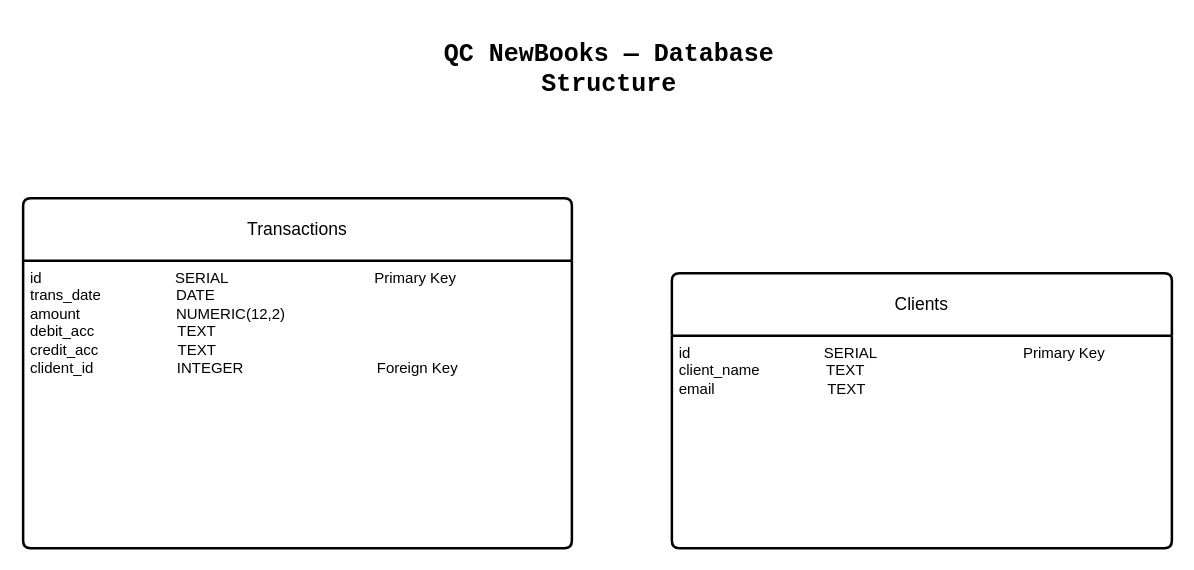
Above: page "Part B - ERD" (2 of 2) of QC_NewBooks_Diagrams.drawio in talyasharoni51-a11y/diagram-qc-new-books (draw.io), before the change. Source tidied: cells renumbered, new cells numbered last; positions are measured from the earlier drawing's top-left corner, leaving out a move shared by most shapes. Both pictures are drawn from the tidied source at 125%, with x=0, y=0 at pixel (22, 22).
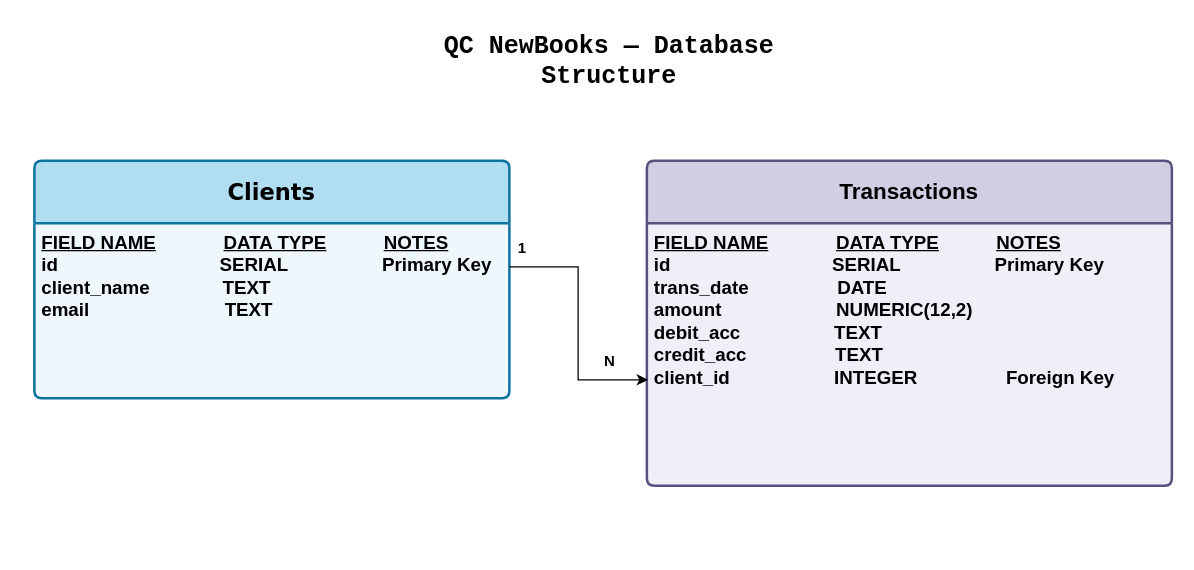
After the change.

Change to the diagram source:
```diff
@@
 <mxGraphModel>
   <root>
     <mxCell id="0" />
     <mxCell id="1" parent="0" />
-    <mxCell id="2" value="&lt;br&gt;&lt;span style=&quot;color: rgb(0, 0, 0); font-family: &amp;quot;Share Tech Mono&amp;quot;, monospace; font-size: 20px; font-style: normal; font-variant-ligatures: normal; font-variant-caps: normal; font-weight: 700; letter-spacing: normal; orphans: 2; text-align: start; text-indent: 0px; text-transform: none; widows: 2; word-spacing: 0px; -webkit-text-stroke-width: 0px; white-space: normal; background-color: rgb(255, 255, 255); text-decoration-thickness: initial; text-decoration-style: initial; text-decoration-color: initial; float: none; display: inline !important;&quot;&gt;QC NewBooks — Database Structure&lt;/span&gt;" style="text;html=1;whiteSpace=wrap;strokeColor=none;fillColor=none;align=center;verticalAlign=middle;rounded=0;" parent="1" vertex="1">
+    <mxCell id="2" value="&lt;b&gt;&lt;span style=&quot;color: rgb(0, 0, 0); font-family: &amp;quot;Share Tech Mono&amp;quot;, monospace; font-size: 20px; font-style: normal; font-variant-ligatures: normal; font-variant-caps: normal; letter-spacing: normal; orphans: 2; text-align: start; text-indent: 0px; text-transform: none; widows: 2; word-spacing: 0px; -webkit-text-stroke-width: 0px; white-space: normal; background-color: rgb(255, 255, 255); text-decoration-thickness: initial; text-decoration-style: initial; text-decoration-color: initial; float: none; display: inline !important;&quot;&gt;QC NewBooks — Database Structure&lt;/span&gt;&lt;/b&gt;" style="text;html=1;whiteSpace=wrap;strokeColor=none;fillColor=none;align=center;verticalAlign=middle;rounded=0;" parent="1" vertex="1">
       <mxGeometry x="284" width="370" height="60" as="geometry" />
     </mxCell>
-    <mxCell id="3" value="Transactions" style="swimlane;horizontal=1;startSize=50;rounded=1;fontSize=14;fontStyle=0;strokeWidth=2;shadow=0;dashed=0;align=center;arcSize=4;whiteSpace=wrap;html=1;" parent="1" vertex="1">
-      <mxGeometry y="140" width="439" height="280" as="geometry" />
+    <mxCell id="3" value="&lt;font style=&quot;font-size: 18px;&quot;&gt;&lt;b&gt;Transactions&lt;/b&gt;&lt;/font&gt;" style="swimlane;horizontal=1;startSize=50;rounded=1;fontSize=14;fontStyle=0;strokeWidth=2;shadow=0;dashed=0;align=center;arcSize=4;whiteSpace=wrap;html=1;fillColor=#d0cee2;strokeColor=#56517e;swimlaneFillColor=light-dark(#f0eff8, #ededed);" parent="1" vertex="1">
+      <mxGeometry x="499" y="110" width="420" height="260" as="geometry" />
     </mxCell>
-    <mxCell id="4" value="id&amp;nbsp; &amp;nbsp; &amp;nbsp; &amp;nbsp; &amp;nbsp; &amp;nbsp; &amp;nbsp; &amp;nbsp; &amp;nbsp; &amp;nbsp; &amp;nbsp; &amp;nbsp; &amp;nbsp; &amp;nbsp; &amp;nbsp; &amp;nbsp; SERIAL&amp;nbsp; &amp;nbsp; &amp;nbsp; &amp;nbsp; &amp;nbsp; &amp;nbsp; &amp;nbsp; &amp;nbsp; &amp;nbsp; &amp;nbsp; &amp;nbsp; &amp;nbsp; &amp;nbsp; &amp;nbsp; &amp;nbsp; &amp;nbsp; &amp;nbsp; &amp;nbsp;Primary Key&lt;div&gt;&lt;span style=&quot;background-color: transparent; color: light-dark(rgb(0, 0, 0), rgb(255, 255, 255));&quot;&gt;trans_date&amp;nbsp; &amp;nbsp; &amp;nbsp; &amp;nbsp; &amp;nbsp; &amp;nbsp; &amp;nbsp; &amp;nbsp; &amp;nbsp; DATE&lt;/span&gt;&lt;div&gt;&lt;div&gt;&lt;span style=&quot;background-color: transparent; color: light-dark(rgb(0, 0, 0), rgb(255, 255, 255));&quot;&gt;amount&amp;nbsp; &amp;nbsp; &amp;nbsp; &amp;nbsp; &amp;nbsp; &amp;nbsp; &amp;nbsp; &amp;nbsp; &amp;nbsp; &amp;nbsp; &amp;nbsp; &amp;nbsp;NUMERIC(12,2)&lt;/span&gt;&lt;/div&gt;&lt;div&gt;debit_acc&amp;nbsp; &amp;nbsp; &amp;nbsp; &amp;nbsp; &amp;nbsp; &amp;nbsp; &amp;nbsp; &amp;nbsp; &amp;nbsp; &amp;nbsp; TEXT&lt;/div&gt;&lt;div&gt;credit_acc&amp;nbsp; &amp;nbsp; &amp;nbsp; &amp;nbsp; &amp;nbsp; &amp;nbsp; &amp;nbsp; &amp;nbsp; &amp;nbsp; &amp;nbsp;TEXT&lt;/div&gt;&lt;div&gt;clident_id&amp;nbsp; &amp;nbsp; &amp;nbsp; &amp;nbsp; &amp;nbsp; &amp;nbsp; &amp;nbsp; &amp;nbsp; &amp;nbsp; &amp;nbsp; INTEGER&amp;nbsp; &amp;nbsp; &amp;nbsp; &amp;nbsp; &amp;nbsp; &amp;nbsp; &amp;nbsp; &amp;nbsp; &amp;nbsp; &amp;nbsp; &amp;nbsp; &amp;nbsp; &amp;nbsp; &amp;nbsp; &amp;nbsp; &amp;nbsp; Foreign Key&lt;/div&gt;&lt;/div&gt;&lt;/div&gt;" style="align=left;strokeColor=none;fillColor=none;spacingLeft=4;spacingRight=4;fontSize=12;verticalAlign=top;html=1;whiteSpace=wrap;" parent="3" vertex="1">
-      <mxGeometry y="50" width="439" height="230" as="geometry" />
+    <mxCell id="4" value="&lt;font style=&quot;font-size: 15px;&quot;&gt;&lt;b&gt;&lt;u&gt;FIELD NAME&lt;/u&gt;&amp;nbsp; &amp;nbsp; &amp;nbsp; &amp;nbsp; &amp;nbsp; &amp;nbsp; &amp;nbsp;&lt;u&gt;DATA TYPE&lt;/u&gt;&amp;nbsp; &amp;nbsp; &amp;nbsp; &amp;nbsp; &amp;nbsp; &amp;nbsp;&lt;u&gt;NOTES&lt;/u&gt;&lt;/b&gt;&lt;/font&gt;&lt;div&gt;&lt;font style=&quot;font-size: 15px;&quot;&gt;&lt;b&gt;id&amp;nbsp; &amp;nbsp; &amp;nbsp; &amp;nbsp; &amp;nbsp; &amp;nbsp; &amp;nbsp; &amp;nbsp; &amp;nbsp; &amp;nbsp; &amp;nbsp; &amp;nbsp; &amp;nbsp; &amp;nbsp; &amp;nbsp; &amp;nbsp;SERIAL&amp;nbsp; &amp;nbsp; &amp;nbsp; &amp;nbsp; &amp;nbsp; &amp;nbsp; &amp;nbsp; &amp;nbsp; &amp;nbsp; Primary Key&lt;/b&gt;&lt;/font&gt;&lt;div&gt;&lt;span style=&quot;background-color: transparent; color: light-dark(rgb(0, 0, 0), rgb(255, 255, 255));&quot;&gt;&lt;font style=&quot;font-size: 15px;&quot;&gt;&lt;b&gt;trans_date&amp;nbsp; &amp;nbsp; &amp;nbsp; &amp;nbsp; &amp;nbsp; &amp;nbsp; &amp;nbsp; &amp;nbsp; &amp;nbsp;DATE&lt;/b&gt;&lt;/font&gt;&lt;/span&gt;&lt;div&gt;&lt;div&gt;&lt;span style=&quot;background-color: transparent; color: light-dark(rgb(0, 0, 0), rgb(255, 255, 255));&quot;&gt;&lt;font style=&quot;font-size: 15px;&quot;&gt;&lt;b&gt;amount&amp;nbsp; &amp;nbsp; &amp;nbsp; &amp;nbsp; &amp;nbsp; &amp;nbsp; &amp;nbsp; &amp;nbsp; &amp;nbsp; &amp;nbsp; &amp;nbsp; NUMERIC(12,2)&lt;/b&gt;&lt;/font&gt;&lt;/span&gt;&lt;/div&gt;&lt;div&gt;&lt;font style=&quot;font-size: 15px;&quot;&gt;&lt;b&gt;debit_acc&amp;nbsp; &amp;nbsp; &amp;nbsp; &amp;nbsp; &amp;nbsp; &amp;nbsp; &amp;nbsp; &amp;nbsp; &amp;nbsp; TEXT&lt;/b&gt;&lt;/font&gt;&lt;/div&gt;&lt;div&gt;&lt;font style=&quot;font-size: 15px;&quot;&gt;&lt;b&gt;credit_acc&amp;nbsp; &amp;nbsp; &amp;nbsp; &amp;nbsp; &amp;nbsp; &amp;nbsp; &amp;nbsp; &amp;nbsp; &amp;nbsp;TEXT&lt;/b&gt;&lt;/font&gt;&lt;/div&gt;&lt;div&gt;&lt;font style=&quot;font-size: 15px;&quot;&gt;&lt;b&gt;client_id&amp;nbsp; &amp;nbsp; &amp;nbsp; &amp;nbsp; &amp;nbsp; &amp;nbsp; &amp;nbsp; &amp;nbsp; &amp;nbsp; &amp;nbsp; INTEGER&amp;nbsp; &amp;nbsp; &amp;nbsp; &amp;nbsp; &amp;nbsp; &amp;nbsp; &amp;nbsp; &amp;nbsp; &amp;nbsp;Foreign Key&lt;/b&gt;&lt;/font&gt;&lt;/div&gt;&lt;/div&gt;&lt;/div&gt;&lt;/div&gt;" style="align=left;strokeColor=none;fillColor=none;spacingLeft=4;spacingRight=4;fontSize=12;verticalAlign=top;html=1;whiteSpace=wrap;" parent="3" vertex="1">
+      <mxGeometry y="50" width="420" height="210" as="geometry" />
     </mxCell>
-    <mxCell id="5" value="Clients" style="swimlane;horizontal=1;startSize=50;rounded=1;fontSize=14;fontStyle=0;strokeWidth=2;shadow=0;dashed=0;align=center;arcSize=4;whiteSpace=wrap;html=1;" parent="1" vertex="1">
-      <mxGeometry x="519" y="200" width="400" height="220" as="geometry" />
+    <mxCell id="5" value="&lt;font face=&quot;Verdana&quot; style=&quot;font-size: 18px;&quot;&gt;&lt;b style=&quot;&quot;&gt;Clients&lt;/b&gt;&lt;/font&gt;" style="swimlane;horizontal=1;startSize=50;rounded=1;fontSize=14;fontStyle=0;strokeWidth=2;shadow=0;dashed=0;align=center;arcSize=4;whiteSpace=wrap;html=1;fillColor=#b1ddf0;strokeColor=#10739e;swimlaneFillColor=#EEF7FC;" parent="1" vertex="1">
+      <mxGeometry x="9" y="110" width="380" height="190" as="geometry" />
     </mxCell>
-    <mxCell id="6" value="id&amp;nbsp; &amp;nbsp; &amp;nbsp; &amp;nbsp; &amp;nbsp; &amp;nbsp; &amp;nbsp; &amp;nbsp; &amp;nbsp; &amp;nbsp; &amp;nbsp; &amp;nbsp; &amp;nbsp; &amp;nbsp; &amp;nbsp; &amp;nbsp; SERIAL&amp;nbsp; &amp;nbsp; &amp;nbsp; &amp;nbsp; &amp;nbsp; &amp;nbsp; &amp;nbsp; &amp;nbsp; &amp;nbsp; &amp;nbsp; &amp;nbsp; &amp;nbsp; &amp;nbsp; &amp;nbsp; &amp;nbsp; &amp;nbsp; &amp;nbsp; &amp;nbsp;Primary Key&lt;div&gt;&lt;span style=&quot;background-color: transparent; color: light-dark(rgb(0, 0, 0), rgb(255, 255, 255));&quot;&gt;client_name&amp;nbsp; &amp;nbsp; &amp;nbsp; &amp;nbsp; &amp;nbsp; &amp;nbsp; &amp;nbsp; &amp;nbsp; TEXT&lt;/span&gt;&lt;div&gt;&lt;div&gt;&lt;span style=&quot;background-color: transparent; color: light-dark(rgb(0, 0, 0), rgb(255, 255, 255));&quot;&gt;email&amp;nbsp; &amp;nbsp; &amp;nbsp; &amp;nbsp; &amp;nbsp; &amp;nbsp; &amp;nbsp; &amp;nbsp; &amp;nbsp; &amp;nbsp; &amp;nbsp; &amp;nbsp; &amp;nbsp; &amp;nbsp;&lt;/span&gt;&lt;span style=&quot;background-color: transparent; color: light-dark(rgb(0, 0, 0), rgb(255, 255, 255));&quot;&gt;TEXT&lt;/span&gt;&lt;/div&gt;&lt;div&gt;&lt;br&gt;&lt;/div&gt;&lt;/div&gt;&lt;/div&gt;" style="align=left;strokeColor=none;fillColor=none;spacingLeft=4;spacingRight=4;fontSize=12;verticalAlign=top;html=1;whiteSpace=wrap;" parent="5" vertex="1">
-      <mxGeometry y="50" width="400" height="170" as="geometry" />
+    <mxCell id="6" value="&lt;font style=&quot;font-size: 15px;&quot;&gt;&lt;b&gt;&lt;u&gt;FIELD NAME&lt;/u&gt;&amp;nbsp; &amp;nbsp; &amp;nbsp; &amp;nbsp; &amp;nbsp; &amp;nbsp; &amp;nbsp;&lt;u&gt;DATA TYPE&lt;/u&gt;&amp;nbsp; &amp;nbsp; &amp;nbsp; &amp;nbsp; &amp;nbsp; &amp;nbsp;&lt;u&gt;NOTES&lt;/u&gt;&lt;/b&gt;&lt;/font&gt;&lt;div&gt;&lt;font style=&quot;font-size: 15px;&quot;&gt;&lt;b&gt;id&amp;nbsp; &amp;nbsp; &amp;nbsp; &amp;nbsp; &amp;nbsp; &amp;nbsp; &amp;nbsp; &amp;nbsp; &amp;nbsp; &amp;nbsp; &amp;nbsp; &amp;nbsp; &amp;nbsp; &amp;nbsp; &amp;nbsp; &amp;nbsp;SERIAL&amp;nbsp; &amp;nbsp; &amp;nbsp; &amp;nbsp; &amp;nbsp; &amp;nbsp; &amp;nbsp; &amp;nbsp; &amp;nbsp; Primary Key&lt;/b&gt;&lt;/font&gt;&lt;div&gt;&lt;span style=&quot;background-color: transparent; color: light-dark(rgb(0, 0, 0), rgb(255, 255, 255));&quot;&gt;&lt;font style=&quot;font-size: 15px;&quot;&gt;&lt;b&gt;client_name&amp;nbsp; &amp;nbsp; &amp;nbsp; &amp;nbsp; &amp;nbsp; &amp;nbsp; &amp;nbsp; TEXT&lt;/b&gt;&lt;/font&gt;&lt;/span&gt;&lt;div&gt;&lt;div&gt;&lt;font style=&quot;font-size: 15px;&quot;&gt;&lt;b&gt;&lt;span style=&quot;background-color: transparent; color: light-dark(rgb(0, 0, 0), rgb(255, 255, 255));&quot;&gt;email&amp;nbsp; &amp;nbsp; &amp;nbsp; &amp;nbsp; &amp;nbsp; &amp;nbsp; &amp;nbsp; &amp;nbsp; &amp;nbsp; &amp;nbsp; &amp;nbsp; &amp;nbsp; &amp;nbsp;&amp;nbsp;&lt;/span&gt;&lt;span style=&quot;background-color: transparent; color: light-dark(rgb(0, 0, 0), rgb(255, 255, 255));&quot;&gt;TEXT&lt;/span&gt;&lt;/b&gt;&lt;/font&gt;&lt;/div&gt;&lt;div&gt;&lt;br&gt;&lt;/div&gt;&lt;/div&gt;&lt;/div&gt;&lt;/div&gt;" style="align=left;strokeColor=none;fillColor=none;spacingLeft=4;spacingRight=4;fontSize=12;verticalAlign=top;html=1;whiteSpace=wrap;" parent="5" vertex="1">
+      <mxGeometry y="50" width="380" height="140" as="geometry" />
     </mxCell>
+    <mxCell id="7" style="edgeStyle=orthogonalEdgeStyle;rounded=0;jettySize=auto;html=1;exitX=1;exitY=0.25;exitDx=0;exitDy=0;entryX=0.002;entryY=0.597;entryDx=0;entryDy=0;entryPerimeter=0;" parent="1" edge="1" source="6" target="4">
+      <mxGeometry relative="1" as="geometry">
+        <Array as="points">
+          <mxPoint x="444" y="195" />
+          <mxPoint x="444" y="285" />
+          <mxPoint x="500" y="285" />
+        </Array>
+      </mxGeometry>
+    </mxCell>
+    <mxCell id="8" value="&lt;b&gt;&lt;font style=&quot;font-size: 12px;&quot;&gt;1&lt;/font&gt;&lt;/b&gt;" style="edgeLabel;html=1;align=center;verticalAlign=middle;" parent="7" vertex="1">
+      <mxGeometry x="-0.73" y="-1" relative="1" as="geometry">
+        <mxPoint x="-18" y="-17" as="offset" />
+      </mxGeometry>
+    </mxCell>
+    <mxCell id="9" value="&lt;b&gt;&lt;font style=&quot;font-size: 12px;&quot;&gt;N&lt;/font&gt;&lt;/b&gt;" style="edgeLabel;html=1;align=center;verticalAlign=middle;" parent="7" vertex="1">
+      <mxGeometry x="0.69" relative="1" as="geometry">
+        <mxPoint y="-15" as="offset" />
+      </mxGeometry>
+    </mxCell>
   </root>
 </mxGraphModel>
```
